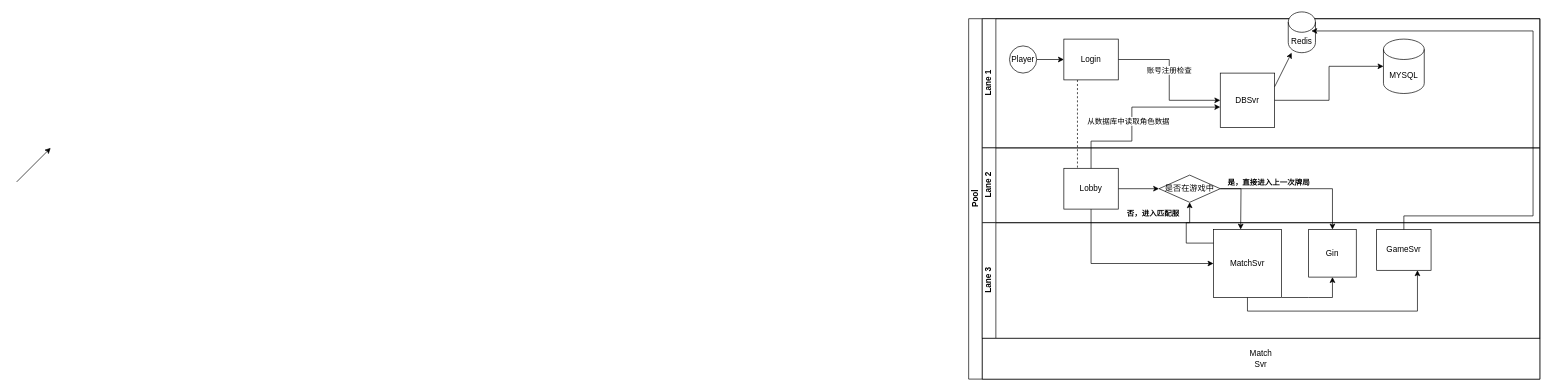
Before: Untitled Diagram.drawio in bactq/cmder, a draw.io diagram. Source tidied: cells renumbered, new cells numbered last; positions are measured from the earlier drawing's top-left corner, leaving out a move shared by most shapes. Both pictures are drawn from the tidied source at 68%, with x=0, y=0 at pixel (16, 12).
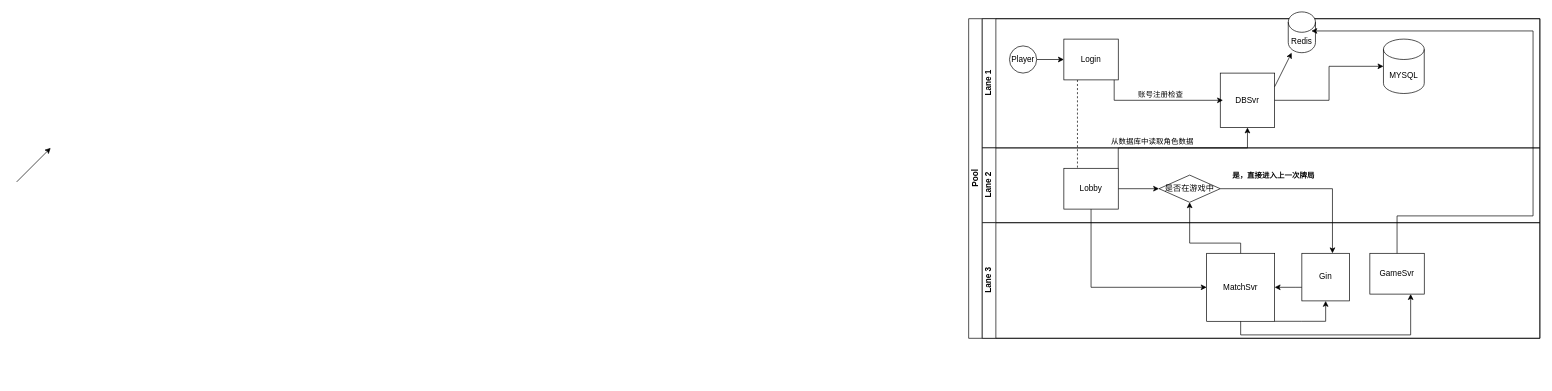
After the change.

The change refers to these unchanged cells:
```xml
<mxCell id="7" value="Lane 1" style="swimlane;html=1;startSize=20;horizontal=0;" parent="2" vertex="1">
  <mxGeometry x="20" width="820" height="190" as="geometry" />
</mxCell>
<mxCell id="12" value="Login" style="rounded=0;whiteSpace=wrap;html=1;fontFamily=Helvetica;fontSize=12;fontColor=#000000;align=center;" parent="7" vertex="1">
  <mxGeometry x="120" y="30" width="80" height="60" as="geometry" />
</mxCell>
<mxCell id="13" value="DBSvr&lt;br&gt;" style="whiteSpace=wrap;html=1;" parent="7" vertex="1">
  <mxGeometry x="350" y="80" width="80" height="80" as="geometry" />
</mxCell>
<mxCell id="18" value="Lobby" style="rounded=0;whiteSpace=wrap;html=1;fontFamily=Helvetica;fontSize=12;fontColor=#000000;align=center;" parent="16" vertex="1">
  <mxGeometry x="120" y="30" width="80" height="60" as="geometry" />
</mxCell>
<mxCell id="19" value="是否在游戏中" style="rhombus;whiteSpace=wrap;html=1;fontFamily=Helvetica;fontSize=12;fontColor=#000000;align=center;" parent="16" vertex="1">
  <mxGeometry x="260" y="40" width="90" height="40" as="geometry" />
</mxCell>
<mxCell id="20" value="Lane 3" style="swimlane;html=1;startSize=20;horizontal=0;" parent="2" vertex="1">
  <mxGeometry x="20" y="300" width="820" height="170" as="geometry" />
</mxCell>
```

The edit, as a diff of the source:
```diff
@@
     <mxCell id="2" value="Pool" style="swimlane;html=1;horizontal=0;startSize=20;" parent="1" vertex="1">
-      <mxGeometry x="1400" y="10" width="840" height="530" as="geometry" />
+      <mxGeometry x="1400" y="10" width="840" height="470" as="geometry" />
     </mxCell>
@@
-    <mxCell id="4" style="edgeStyle=orthogonalEdgeStyle;rounded=0;jettySize=auto;html=1;endArrow=classic;endFill=1;" parent="2" edge="1" source="19">
-      <mxGeometry relative="1" as="geometry">
-        <mxPoint x="400" y="310" as="targetPoint" />
-      </mxGeometry>
-    </mxCell>
-    <mxCell id="5" value="否，进入匹配服" style="edgeLabel;html=1;align=center;verticalAlign=middle;fontStyle=1;" parent="4" vertex="1">
-      <mxGeometry x="-0.25" y="-1" relative="1" as="geometry">
-        <mxPoint x="-129" y="32" as="offset" />
-      </mxGeometry>
-    </mxCell>
     <mxCell id="6" style="edgeStyle=orthogonalEdgeStyle;rounded=0;jettySize=auto;html=1;endArrow=classic;endFill=1;entryX=0;entryY=0.5;entryDx=0;entryDy=0;" parent="2" edge="1" source="18" target="23">
       <mxGeometry relative="1" as="geometry">
         <Array as="points">
-          <mxPoint x="180" y="360" />
+          <mxPoint x="180" y="395" />
         </Array>
       </mxGeometry>
     </mxCell>
@@
-    <mxCell id="10" style="edgeStyle=orthogonalEdgeStyle;rounded=0;jettySize=auto;html=1;" parent="7" edge="1" source="12" target="13">
-      <mxGeometry relative="1" as="geometry" />
-    </mxCell>
-    <mxCell id="11" value="账号注册检查&lt;br&gt;" style="edgeLabel;html=1;align=center;verticalAlign=middle;" parent="10" vertex="1">
-      <mxGeometry x="-0.14" y="-1" relative="1" as="geometry" />
-    </mxCell>
@@
+    <mxCell id="10" style="edgeStyle=orthogonalEdgeStyle;rounded=0;orthogonalLoop=1;jettySize=auto;html=1;" parent="7" edge="1">
+      <mxGeometry relative="1" as="geometry">
+        <mxPoint x="194" y="90" as="sourcePoint" />
+        <mxPoint x="354" y="120" as="targetPoint" />
+        <Array as="points">
+          <mxPoint x="194" y="120" />
+        </Array>
+      </mxGeometry>
+    </mxCell>
+    <mxCell id="11" value="账号注册检查&lt;br&gt;" style="edgeLabel;html=1;align=center;verticalAlign=middle;" parent="10" vertex="1">
+      <mxGeometry x="-0.14" y="-1" relative="1" as="geometry">
+        <mxPoint x="15" y="-11" as="offset" />
+      </mxGeometry>
+    </mxCell>
@@
+    <mxCell id="36" style="edgeStyle=orthogonalEdgeStyle;rounded=0;jettySize=auto;html=1;" parent="20" edge="1" source="21" target="23">
+      <mxGeometry relative="1" as="geometry">
+        <Array as="points">
+          <mxPoint x="460" y="95" />
+          <mxPoint x="460" y="95" />
+        </Array>
+      </mxGeometry>
+    </mxCell>
     <mxCell id="21" value="Gin" style="whiteSpace=wrap;html=1;" parent="20" vertex="1">
-      <mxGeometry x="480" y="10" width="70" height="70" as="geometry" />
+      <mxGeometry x="470" y="45" width="70" height="70" as="geometry" />
     </mxCell>
     <mxCell id="22" style="edgeStyle=orthogonalEdgeStyle;rounded=0;jettySize=auto;html=1;" parent="20" edge="1" source="23" target="21">
       <mxGeometry relative="1" as="geometry">
         <Array as="points">
-          <mxPoint x="480" y="110" />
-          <mxPoint x="480" y="110" />
+          <mxPoint x="470" y="145" />
+          <mxPoint x="470" y="145" />
         </Array>
       </mxGeometry>
     </mxCell>
     <mxCell id="23" value="MatchSvr&lt;br&gt;" style="whiteSpace=wrap;html=1;" parent="20" vertex="1">
-      <mxGeometry x="340" y="10" width="100" height="100" as="geometry" />
+      <mxGeometry x="330" y="45" width="100" height="100" as="geometry" />
     </mxCell>
     <mxCell id="24" value="GameSvr&lt;br&gt;" style="rounded=0;whiteSpace=wrap;html=1;fontFamily=Helvetica;fontSize=12;fontColor=#000000;align=center;" parent="20" vertex="1">
-      <mxGeometry x="580" y="10" width="80" height="60" as="geometry" />
+      <mxGeometry x="570" y="45" width="80" height="60" as="geometry" />
     </mxCell>
     <mxCell id="25" style="edgeStyle=orthogonalEdgeStyle;rounded=0;jettySize=auto;html=1;entryX=0.75;entryY=1;entryDx=0;entryDy=0;" parent="20" edge="1" source="23" target="24">
       <mxGeometry relative="1" as="geometry">
         <Array as="points">
-          <mxPoint x="390" y="130" />
-          <mxPoint x="640" y="130" />
+          <mxPoint x="380" y="165" />
+          <mxPoint x="630" y="165" />
         </Array>
       </mxGeometry>
     </mxCell>
     <mxCell id="26" style="edgeStyle=orthogonalEdgeStyle;rounded=0;jettySize=auto;html=1;" parent="2" edge="1" source="18" target="13">
       <mxGeometry relative="1" as="geometry">
         <Array as="points">
-          <mxPoint x="180" y="180" />
-          <mxPoint x="240" y="180" />
-          <mxPoint x="240" y="130" />
+          <mxPoint x="220" y="190" />
+          <mxPoint x="410" y="190" />
         </Array>
       </mxGeometry>
     </mxCell>
     <mxCell id="27" value="从数据库中读取角色数据&lt;br&gt;" style="edgeLabel;html=1;align=center;verticalAlign=middle;" parent="26" vertex="1">
       <mxGeometry x="0.56" y="-1" relative="1" as="geometry">
-        <mxPoint x="-74" y="19" as="offset" />
+        <mxPoint x="-116" y="-11" as="offset" />
       </mxGeometry>
     </mxCell>
     <mxCell id="28" style="edgeStyle=orthogonalEdgeStyle;rounded=0;jettySize=auto;html=1;" parent="2" edge="1" source="19" target="21">
-      <mxGeometry relative="1" as="geometry" />
+      <mxGeometry relative="1" as="geometry">
+        <Array as="points">
+          <mxPoint x="535" y="250" />
+        </Array>
+      </mxGeometry>
     </mxCell>
     <mxCell id="29" value="是，直接进入上一次牌局&lt;br&gt;" style="edgeLabel;html=1;align=center;verticalAlign=middle;fontStyle=1;" parent="28" vertex="1">
       <mxGeometry y="-1" relative="1" as="geometry">
-        <mxPoint x="-43" y="-11" as="offset" />
+        <mxPoint x="-53" y="-21" as="offset" />
       </mxGeometry>
     </mxCell>
-    <mxCell id="30" value="Match&lt;br&gt;Svr" style="rounded=0;whiteSpace=wrap;html=1;fontFamily=Helvetica;fontSize=12;fontColor=#000000;align=center;" parent="2" vertex="1">
-      <mxGeometry x="20" y="470" width="820" height="60" as="geometry" />
-    </mxCell>
@@
     <mxCell id="32" style="edgeStyle=orthogonalEdgeStyle;rounded=0;jettySize=auto;html=1;entryX=0.5;entryY=1;entryDx=0;entryDy=0;" parent="2" edge="1" source="23" target="19">
       <mxGeometry relative="1" as="geometry">
         <Array as="points">
-          <mxPoint x="320" y="330" />
-          <mxPoint x="320" y="300" />
-          <mxPoint x="325" y="300" />
+          <mxPoint x="325" y="330" />
         </Array>
       </mxGeometry>
     </mxCell>
```
